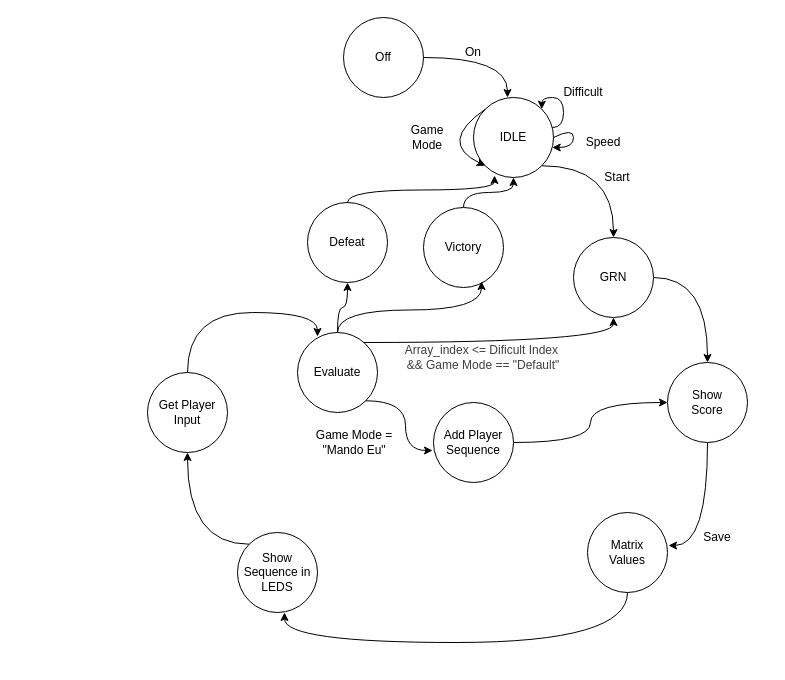
Above: doc/fluxogram.drawio in S4nt1ag0/Genius-PBL (draw.io), before the change. Source tidied: cells renumbered, new cells numbered last; positions are measured from the earlier drawing's top-left corner, leaving out a move shared by most shapes. Both pictures are drawn from the tidied source at 100%, with x=0, y=0 at pixel (147, 17).
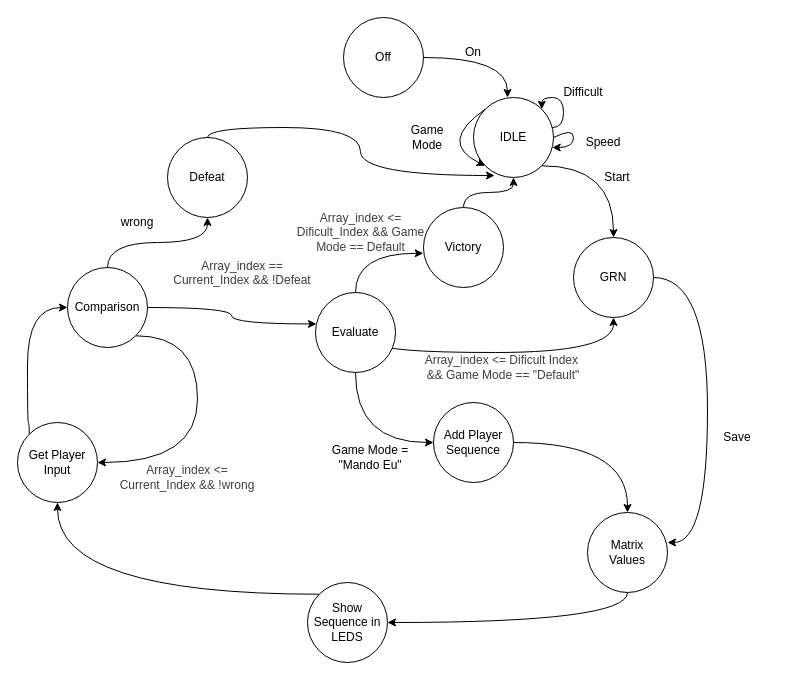
The same page after the edit.

Unchanged cells that the change refers to:
```xml
<mxCell id="16" value="Matrix&lt;div&gt;Values&lt;/div&gt;" style="ellipse;whiteSpace=wrap;html=1;" parent="1" vertex="1">
  <mxGeometry x="440" y="495" width="80" height="80" as="geometry" />
</mxCell>
<mxCell id="24" value="GRN" style="ellipse;whiteSpace=wrap;html=1;" parent="1" vertex="1">
  <mxGeometry x="426" y="220" width="80" height="80" as="geometry" />
</mxCell>
<mxCell id="28" value="Victory" style="ellipse;whiteSpace=wrap;html=1;" parent="1" vertex="1">
  <mxGeometry x="276" y="190" width="80" height="80" as="geometry" />
</mxCell>
<mxCell id="34" value="Add Player Sequence" style="ellipse;whiteSpace=wrap;html=1;" parent="1" vertex="1">
  <mxGeometry x="286" y="385" width="80" height="80" as="geometry" />
</mxCell>
```

Change to the diagram source:
```diff
@@
-    <mxCell id="10" style="edgeStyle=orthogonalEdgeStyle;curved=1;html=1;exitX=0.5;exitY=1;exitDx=0;exitDy=0;entryX=1.013;entryY=0.413;entryDx=0;entryDy=0;entryPerimeter=0;" parent="1" edge="1" source="11" target="16">
-      <mxGeometry relative="1" as="geometry" />
-    </mxCell>
-    <mxCell id="11" value="Show&lt;div&gt;Score&lt;/div&gt;" style="ellipse;whiteSpace=wrap;html=1;" parent="1" vertex="1">
-      <mxGeometry x="520" y="345" width="80" height="80" as="geometry" />
-    </mxCell>
+    <mxCell id="37" style="edgeStyle=orthogonalEdgeStyle;curved=1;html=1;exitX=0;exitY=0;exitDx=0;exitDy=0;entryX=0;entryY=0.5;entryDx=0;entryDy=0;" parent="1" edge="1" source="12" target="22">
+      <mxGeometry relative="1" as="geometry">
+        <Array as="points">
+          <mxPoint x="-118" y="405" />
+          <mxPoint x="-120" y="405" />
+          <mxPoint x="-120" y="290" />
+        </Array>
+      </mxGeometry>
+    </mxCell>
     <mxCell id="12" value="Get Player Input" style="ellipse;whiteSpace=wrap;html=1;" parent="1" vertex="1">
-      <mxGeometry y="355" width="80" height="80" as="geometry" />
+      <mxGeometry x="-130" y="405" width="80" height="80" as="geometry" />
     </mxCell>
@@
+    <mxCell id="32" style="edgeStyle=orthogonalEdgeStyle;curved=1;html=1;exitX=0.5;exitY=1;exitDx=0;exitDy=0;entryX=1;entryY=0.5;entryDx=0;entryDy=0;" parent="1" edge="1" source="16" target="18">
+      <mxGeometry relative="1" as="geometry" />
+    </mxCell>
@@
     <mxCell id="18" value="Show Sequence in LEDS" style="ellipse;whiteSpace=wrap;html=1;" parent="1" vertex="1">
-      <mxGeometry x="90" y="515" width="80" height="80" as="geometry" />
+      <mxGeometry x="160" y="565" width="80" height="80" as="geometry" />
     </mxCell>
     <mxCell id="19" value="Save" style="text;strokeColor=none;align=center;fillColor=none;html=1;verticalAlign=middle;whiteSpace=wrap;rounded=0;" parent="1" vertex="1">
-      <mxGeometry x="540" y="505" width="60" height="30" as="geometry" />
+      <mxGeometry x="560" y="405" width="60" height="30" as="geometry" />
     </mxCell>
-    <mxCell id="20" style="edgeStyle=orthogonalEdgeStyle;curved=1;html=1;" parent="1" edge="1" source="22" target="24">
-      <mxGeometry relative="1" as="geometry">
-        <Array as="points">
-          <mxPoint x="466" y="325" />
-        </Array>
-      </mxGeometry>
-    </mxCell>
@@
+    <mxCell id="38" style="edgeStyle=orthogonalEdgeStyle;curved=1;html=1;exitX=1;exitY=1;exitDx=0;exitDy=0;entryX=1;entryY=0.5;entryDx=0;entryDy=0;" parent="1" edge="1" source="22" target="12">
+      <mxGeometry relative="1" as="geometry">
+        <Array as="points">
+          <mxPoint x="50" y="318" />
+          <mxPoint x="50" y="445" />
+        </Array>
+      </mxGeometry>
+    </mxCell>
-    <mxCell id="22" value="Evaluate" style="ellipse;whiteSpace=wrap;html=1;" parent="1" vertex="1">
-      <mxGeometry x="150" y="315" width="80" height="80" as="geometry" />
+    <mxCell id="22" value="Comparison" style="ellipse;whiteSpace=wrap;html=1;" parent="1" vertex="1">
+      <mxGeometry x="-80" y="250" width="80" height="80" as="geometry" />
     </mxCell>
-    <mxCell id="23" style="edgeStyle=orthogonalEdgeStyle;curved=1;html=1;" parent="1" edge="1" source="24" target="11">
-      <mxGeometry relative="1" as="geometry" />
-    </mxCell>
@@
     <mxCell id="25" value="&lt;span style=&quot;color: rgb(63, 63, 63);&quot;&gt;Array_index &amp;lt;= Dificult Index&amp;nbsp;&lt;/span&gt;&lt;div&gt;&lt;span style=&quot;color: rgb(63, 63, 63);&quot;&gt;&amp;amp;&amp;amp; Game Mode == &quot;Default&quot;&lt;/span&gt;&lt;/div&gt;" style="text;strokeColor=none;align=center;fillColor=none;html=1;verticalAlign=middle;whiteSpace=wrap;rounded=0;" parent="1" vertex="1">
-      <mxGeometry x="246" y="325" width="180" height="30" as="geometry" />
+      <mxGeometry x="266" y="335" width="180" height="30" as="geometry" />
     </mxCell>
     <mxCell id="26" value="Defeat" style="ellipse;whiteSpace=wrap;html=1;" parent="1" vertex="1">
-      <mxGeometry x="160" y="185" width="80" height="80" as="geometry" />
+      <mxGeometry x="20" y="120" width="80" height="80" as="geometry" />
     </mxCell>
@@
-    <mxCell id="29" style="edgeStyle=orthogonalEdgeStyle;curved=1;html=1;exitX=0.5;exitY=0;exitDx=0;exitDy=0;entryX=0.725;entryY=0.925;entryDx=0;entryDy=0;entryPerimeter=0;" parent="1" edge="1" source="22" target="28">
-      <mxGeometry relative="1" as="geometry" />
-    </mxCell>
@@
-    <mxCell id="32" style="edgeStyle=orthogonalEdgeStyle;curved=1;html=1;exitX=0.5;exitY=1;exitDx=0;exitDy=0;entryX=0.588;entryY=1;entryDx=0;entryDy=0;entryPerimeter=0;" parent="1" edge="1" source="16" target="18">
-      <mxGeometry relative="1" as="geometry">
-        <Array as="points">
-          <mxPoint x="480" y="625" />
-          <mxPoint x="137" y="625" />
-        </Array>
-      </mxGeometry>
-    </mxCell>
-    <mxCell id="33" style="edgeStyle=orthogonalEdgeStyle;curved=1;html=1;" parent="1" edge="1" source="34" target="11">
-      <mxGeometry relative="1" as="geometry" />
-    </mxCell>
+    <mxCell id="39" style="edgeStyle=orthogonalEdgeStyle;curved=1;html=1;exitX=1;exitY=0.5;exitDx=0;exitDy=0;" parent="1" edge="1" source="34" target="16">
+      <mxGeometry relative="1" as="geometry" />
+    </mxCell>
@@
-    <mxCell id="35" style="edgeStyle=orthogonalEdgeStyle;curved=1;html=1;exitX=1;exitY=1;exitDx=0;exitDy=0;entryX=-0.012;entryY=0.6;entryDx=0;entryDy=0;entryPerimeter=0;" parent="1" edge="1" source="22" target="34">
-      <mxGeometry relative="1" as="geometry" />
-    </mxCell>
     <mxCell id="36" value="Game Mode = &quot;Mando Eu&quot;" style="text;strokeColor=none;align=center;fillColor=none;html=1;verticalAlign=middle;whiteSpace=wrap;rounded=0;" parent="1" vertex="1">
-      <mxGeometry x="164" y="410" width="86" height="30" as="geometry" />
+      <mxGeometry x="180" y="425" width="86" height="30" as="geometry" />
     </mxCell>
-    <mxCell id="37" style="edgeStyle=orthogonalEdgeStyle;curved=1;html=1;exitX=0.5;exitY=0;exitDx=0;exitDy=0;entryX=0.25;entryY=0.05;entryDx=0;entryDy=0;entryPerimeter=0;" parent="1" edge="1" source="12" target="22">
-      <mxGeometry relative="1" as="geometry">
-        <Array as="points">
-          <mxPoint x="40" y="295" />
-          <mxPoint x="170" y="295" />
-        </Array>
-      </mxGeometry>
-    </mxCell>
+    <mxCell id="40" style="edgeStyle=orthogonalEdgeStyle;curved=1;html=1;exitX=1;exitY=0.5;exitDx=0;exitDy=0;entryX=1;entryY=0.375;entryDx=0;entryDy=0;entryPerimeter=0;" parent="1" edge="1" source="24" target="16">
+      <mxGeometry relative="1" as="geometry">
+        <Array as="points">
+          <mxPoint x="560" y="260" />
+          <mxPoint x="560" y="525" />
+        </Array>
+      </mxGeometry>
+    </mxCell>
+    <mxCell id="41" style="edgeStyle=orthogonalEdgeStyle;curved=1;html=1;exitX=0.5;exitY=1;exitDx=0;exitDy=0;entryX=0;entryY=0.5;entryDx=0;entryDy=0;" parent="1" edge="1" source="43" target="34">
+      <mxGeometry relative="1" as="geometry" />
+    </mxCell>
+    <mxCell id="42" style="edgeStyle=orthogonalEdgeStyle;curved=1;html=1;exitX=1;exitY=0.5;exitDx=0;exitDy=0;entryX=0.5;entryY=1;entryDx=0;entryDy=0;" parent="1" edge="1" source="43" target="24">
+      <mxGeometry relative="1" as="geometry">
+        <Array as="points">
+          <mxPoint x="230" y="335" />
+          <mxPoint x="466" y="335" />
+        </Array>
+      </mxGeometry>
+    </mxCell>
+    <mxCell id="43" value="Evaluate" style="ellipse;whiteSpace=wrap;html=1;" parent="1" vertex="1">
+      <mxGeometry x="168" y="275" width="80" height="80" as="geometry" />
+    </mxCell>
+    <mxCell id="44" style="edgeStyle=orthogonalEdgeStyle;curved=1;html=1;entryX=0.012;entryY=0.393;entryDx=0;entryDy=0;entryPerimeter=0;" parent="1" edge="1" source="22" target="43">
+      <mxGeometry relative="1" as="geometry" />
+    </mxCell>
+    <mxCell id="45" value="&lt;span style=&quot;color: rgb(63, 63, 63);&quot;&gt;Array_index &amp;lt;= Current_Index &amp;amp;&amp;amp; !wrong&lt;/span&gt;" style="text;strokeColor=none;align=center;fillColor=none;html=1;verticalAlign=middle;whiteSpace=wrap;rounded=0;" parent="1" vertex="1">
+      <mxGeometry x="-30" y="445" width="140" height="30" as="geometry" />
+    </mxCell>
+    <mxCell id="46" style="edgeStyle=orthogonalEdgeStyle;curved=1;html=1;exitX=0.5;exitY=0;exitDx=0;exitDy=0;entryX=-0.003;entryY=0.572;entryDx=0;entryDy=0;entryPerimeter=0;" parent="1" edge="1" source="43" target="28">
+      <mxGeometry relative="1" as="geometry" />
+    </mxCell>
+    <mxCell id="47" value="&lt;span style=&quot;color: rgb(63, 63, 63);&quot;&gt;Array_index &amp;lt;= Dificult_Index &amp;amp;&amp;amp; Game Mode == Default&lt;/span&gt;" style="text;strokeColor=none;align=center;fillColor=none;html=1;verticalAlign=middle;whiteSpace=wrap;rounded=0;" parent="1" vertex="1">
+      <mxGeometry x="141" y="200" width="145" height="30" as="geometry" />
+    </mxCell>
+    <mxCell id="48" value="&lt;span style=&quot;color: rgb(63, 63, 63); font-family: Helvetica; font-size: 12px; font-style: normal; font-variant-ligatures: normal; font-variant-caps: normal; font-weight: 400; letter-spacing: normal; orphans: 2; text-indent: 0px; text-transform: none; widows: 2; word-spacing: 0px; -webkit-text-stroke-width: 0px; white-space: normal; background-color: rgb(251, 251, 251); text-decoration-thickness: initial; text-decoration-style: initial; text-decoration-color: initial; float: none; display: inline !important;&quot;&gt;Array_index == Current_Index &amp;amp;&amp;amp; !Defeat&lt;/span&gt;" style="text;whiteSpace=wrap;html=1;align=center;" parent="1" vertex="1">
+      <mxGeometry x="20" y="235" width="150" height="40" as="geometry" />
+    </mxCell>
+    <mxCell id="49" value="wrong" style="text;strokeColor=none;align=center;fillColor=none;html=1;verticalAlign=middle;whiteSpace=wrap;rounded=0;" parent="1" vertex="1">
+      <mxGeometry x="-40" y="190" width="60" height="30" as="geometry" />
+    </mxCell>
```
